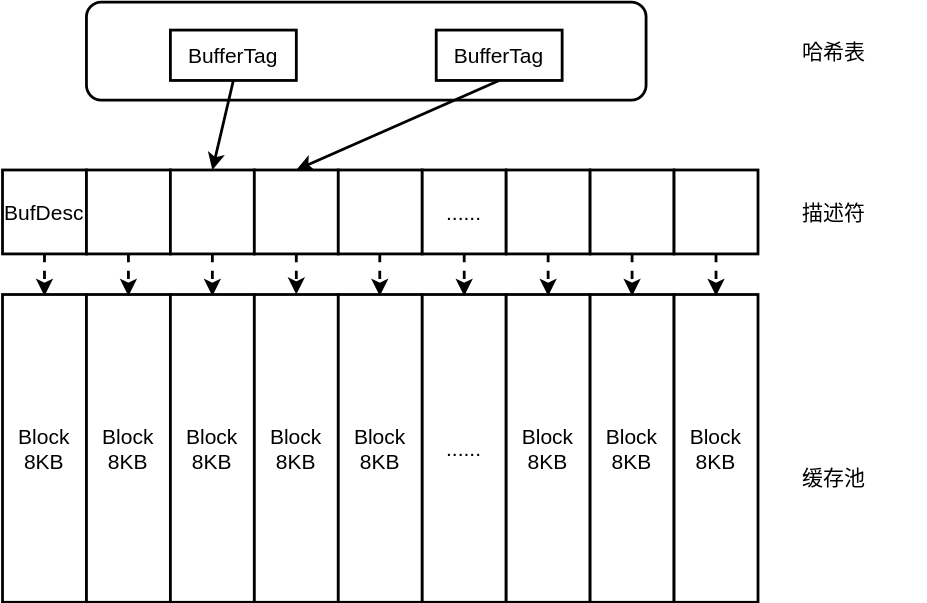
The draw.io diagram articles/buffer/image/buffer_structure.svg in iswade/iswade.github.com, before a commit. Source tidied: cells renumbered, new cells last; positions are measured from the earlier drawing's top-left corner, leaving out a move shared by most shapes. Its diagram source:
```xml
<mxGraphModel>
  <root>
    <mxCell id="0" />
    <mxCell id="1" parent="0" />
    <mxCell id="2" style="rounded=1;whiteSpace=wrap;html=1;fontSize=15;strokeWidth=2;" parent="1" vertex="1">
      <mxGeometry x="60" width="400" height="70" as="geometry" />
    </mxCell>
    <mxCell id="3" value="BufferTag" style="rounded=0;whiteSpace=wrap;html=1;fontSize=15;strokeWidth=2;" parent="1" vertex="1">
      <mxGeometry x="120" y="20" width="90" height="36" as="geometry" />
    </mxCell>
    <mxCell id="4" value="BufferTag" style="rounded=0;whiteSpace=wrap;html=1;fontSize=15;strokeWidth=2;" parent="1" vertex="1">
      <mxGeometry x="310" y="20" width="90" height="36" as="geometry" />
    </mxCell>
    <mxCell id="5" style="endArrow=classic;html=1;fontSize=15;exitX=0.5;exitY=1;exitDx=0;exitDy=0;entryX=0.5;entryY=0;entryDx=0;entryDy=0;strokeWidth=2;" parent="1" edge="1" source="3" target="10">
      <mxGeometry relative="1" as="geometry" />
    </mxCell>
    <mxCell id="6" style="endArrow=classic;html=1;fontSize=15;exitX=0.5;exitY=1;exitDx=0;exitDy=0;entryX=0.5;entryY=0;entryDx=0;entryDy=0;strokeWidth=2;" parent="1" edge="1" source="4" target="11">
      <mxGeometry relative="1" as="geometry" />
    </mxCell>
    <mxCell id="7" style="group;strokeWidth=2;" parent="1" vertex="1">
      <mxGeometry y="120" width="540" height="60" as="geometry" />
    </mxCell>
    <mxCell id="8" value="BufDesc" style="rounded=0;whiteSpace=wrap;html=1;fontSize=15;strokeWidth=2;" parent="7" vertex="1">
      <mxGeometry width="60" height="60" as="geometry" />
    </mxCell>
    <mxCell id="9" style="rounded=0;whiteSpace=wrap;html=1;fontSize=15;strokeWidth=2;" parent="7" vertex="1">
      <mxGeometry x="60" width="60" height="60" as="geometry" />
    </mxCell>
    <mxCell id="10" style="rounded=0;whiteSpace=wrap;html=1;fontSize=15;strokeWidth=2;" parent="7" vertex="1">
      <mxGeometry x="120" width="60" height="60" as="geometry" />
    </mxCell>
    <mxCell id="11" style="rounded=0;whiteSpace=wrap;html=1;fontSize=15;strokeWidth=2;" parent="7" vertex="1">
      <mxGeometry x="180" width="60" height="60" as="geometry" />
    </mxCell>
    <mxCell id="12" style="rounded=0;whiteSpace=wrap;html=1;fontSize=15;strokeWidth=2;" parent="7" vertex="1">
      <mxGeometry x="240" width="60" height="60" as="geometry" />
    </mxCell>
    <mxCell id="13" value="......" style="rounded=0;whiteSpace=wrap;html=1;fontSize=15;strokeWidth=2;" parent="7" vertex="1">
      <mxGeometry x="300" width="60" height="60" as="geometry" />
    </mxCell>
    <mxCell id="14" style="rounded=0;whiteSpace=wrap;html=1;fontSize=15;strokeWidth=2;" parent="7" vertex="1">
      <mxGeometry x="360" width="60" height="60" as="geometry" />
    </mxCell>
    <mxCell id="15" style="rounded=0;whiteSpace=wrap;html=1;fontSize=15;strokeWidth=2;" parent="7" vertex="1">
      <mxGeometry x="420" width="60" height="60" as="geometry" />
    </mxCell>
    <mxCell id="16" style="rounded=0;whiteSpace=wrap;html=1;fontSize=15;strokeWidth=2;" parent="7" vertex="1">
      <mxGeometry x="480" width="60" height="60" as="geometry" />
    </mxCell>
    <mxCell id="17" style="group;strokeWidth=2;" parent="1" vertex="1">
      <mxGeometry y="209" width="540" height="220" as="geometry" />
    </mxCell>
    <mxCell id="18" value="Block&lt;br&gt;8KB" style="rounded=0;whiteSpace=wrap;html=1;fontSize=15;strokeWidth=2;" parent="17" vertex="1">
      <mxGeometry width="60" height="220" as="geometry" />
    </mxCell>
    <mxCell id="19" value="Block&lt;br&gt;8KB" style="rounded=0;whiteSpace=wrap;html=1;fontSize=15;strokeWidth=2;" parent="17" vertex="1">
      <mxGeometry x="60" width="60" height="220" as="geometry" />
    </mxCell>
    <mxCell id="20" value="Block&lt;br&gt;8KB" style="rounded=0;whiteSpace=wrap;html=1;fontSize=15;strokeWidth=2;" parent="17" vertex="1">
      <mxGeometry x="120" width="60" height="220" as="geometry" />
    </mxCell>
    <mxCell id="21" value="Block&lt;br&gt;8KB" style="rounded=0;whiteSpace=wrap;html=1;fontSize=15;strokeWidth=2;" parent="17" vertex="1">
      <mxGeometry x="180" width="60" height="220" as="geometry" />
    </mxCell>
    <mxCell id="22" value="Block&lt;br&gt;8KB" style="rounded=0;whiteSpace=wrap;html=1;fontSize=15;strokeWidth=2;" parent="17" vertex="1">
      <mxGeometry x="240" width="60" height="220" as="geometry" />
    </mxCell>
    <mxCell id="23" value="......" style="rounded=0;whiteSpace=wrap;html=1;fontSize=15;strokeWidth=2;" parent="17" vertex="1">
      <mxGeometry x="300" width="60" height="220" as="geometry" />
    </mxCell>
    <mxCell id="24" value="Block&lt;br&gt;8KB" style="rounded=0;whiteSpace=wrap;html=1;fontSize=15;strokeWidth=2;" parent="17" vertex="1">
      <mxGeometry x="360" width="60" height="220" as="geometry" />
    </mxCell>
    <mxCell id="25" value="Block&lt;br&gt;8KB" style="rounded=0;whiteSpace=wrap;html=1;fontSize=15;strokeWidth=2;" parent="17" vertex="1">
      <mxGeometry x="420" width="60" height="220" as="geometry" />
    </mxCell>
    <mxCell id="26" value="Block&lt;br&gt;8KB" style="rounded=0;whiteSpace=wrap;html=1;fontSize=15;strokeWidth=2;" parent="17" vertex="1">
      <mxGeometry x="480" width="60" height="220" as="geometry" />
    </mxCell>
    <mxCell id="27" value="哈希表" style="text;html=1;strokeColor=none;fillColor=none;align=left;verticalAlign=middle;whiteSpace=wrap;rounded=0;fontSize=15;strokeWidth=2;" parent="1" vertex="1">
      <mxGeometry x="570" y="25" width="90" height="20" as="geometry" />
    </mxCell>
    <mxCell id="28" value="描述符" style="text;html=1;strokeColor=none;fillColor=none;align=left;verticalAlign=middle;whiteSpace=wrap;rounded=0;fontSize=15;strokeWidth=2;" parent="1" vertex="1">
      <mxGeometry x="570" y="140" width="90" height="20" as="geometry" />
    </mxCell>
    <mxCell id="29" value="缓存池" style="text;html=1;strokeColor=none;fillColor=none;align=left;verticalAlign=middle;whiteSpace=wrap;rounded=0;fontSize=15;strokeWidth=2;" parent="1" vertex="1">
      <mxGeometry x="570" y="330" width="90" height="20" as="geometry" />
    </mxCell>
    <mxCell id="30" style="group;strokeWidth=2;" parent="1" vertex="1">
      <mxGeometry x="30" y="180" width="480" height="30" as="geometry" />
    </mxCell>
    <mxCell id="31" style="endArrow=classic;html=1;fontSize=15;exitX=0.5;exitY=1;exitDx=0;exitDy=0;entryX=0.5;entryY=0;entryDx=0;entryDy=0;dashed=1;strokeWidth=2;" parent="30" edge="1" source="11" target="21">
      <mxGeometry relative="1" as="geometry" />
    </mxCell>
    <mxCell id="32" style="endArrow=classic;html=1;fontSize=15;exitX=0.5;exitY=1;exitDx=0;exitDy=0;entryX=0.5;entryY=0;entryDx=0;entryDy=0;dashed=1;strokeWidth=2;" parent="30" edge="1">
      <mxGeometry relative="1" as="geometry">
        <mxPoint as="sourcePoint" />
        <mxPoint y="30" as="targetPoint" />
      </mxGeometry>
    </mxCell>
    <mxCell id="33" style="endArrow=classic;html=1;fontSize=15;exitX=0.5;exitY=1;exitDx=0;exitDy=0;entryX=0.5;entryY=0;entryDx=0;entryDy=0;dashed=1;strokeWidth=2;" parent="30" edge="1">
      <mxGeometry relative="1" as="geometry">
        <mxPoint x="60" as="sourcePoint" />
        <mxPoint x="60" y="30" as="targetPoint" />
      </mxGeometry>
    </mxCell>
    <mxCell id="34" style="endArrow=classic;html=1;fontSize=15;exitX=0.5;exitY=1;exitDx=0;exitDy=0;entryX=0.5;entryY=0;entryDx=0;entryDy=0;dashed=1;strokeWidth=2;" parent="30" edge="1">
      <mxGeometry relative="1" as="geometry">
        <mxPoint x="120" as="sourcePoint" />
        <mxPoint x="120" y="30" as="targetPoint" />
      </mxGeometry>
    </mxCell>
    <mxCell id="35" style="endArrow=classic;html=1;fontSize=15;exitX=0.5;exitY=1;exitDx=0;exitDy=0;entryX=0.5;entryY=0;entryDx=0;entryDy=0;dashed=1;strokeWidth=2;" parent="30" edge="1">
      <mxGeometry relative="1" as="geometry">
        <mxPoint x="239.7" as="sourcePoint" />
        <mxPoint x="239.7" y="30" as="targetPoint" />
      </mxGeometry>
    </mxCell>
    <mxCell id="36" style="endArrow=classic;html=1;fontSize=15;exitX=0.5;exitY=1;exitDx=0;exitDy=0;entryX=0.5;entryY=0;entryDx=0;entryDy=0;dashed=1;strokeWidth=2;" parent="30" edge="1">
      <mxGeometry relative="1" as="geometry">
        <mxPoint x="300" as="sourcePoint" />
        <mxPoint x="300" y="30" as="targetPoint" />
      </mxGeometry>
    </mxCell>
    <mxCell id="37" style="endArrow=classic;html=1;fontSize=15;exitX=0.5;exitY=1;exitDx=0;exitDy=0;entryX=0.5;entryY=0;entryDx=0;entryDy=0;dashed=1;strokeWidth=2;" parent="30" edge="1">
      <mxGeometry relative="1" as="geometry">
        <mxPoint x="360" as="sourcePoint" />
        <mxPoint x="360" y="30" as="targetPoint" />
      </mxGeometry>
    </mxCell>
    <mxCell id="38" style="endArrow=classic;html=1;fontSize=15;exitX=0.5;exitY=1;exitDx=0;exitDy=0;entryX=0.5;entryY=0;entryDx=0;entryDy=0;dashed=1;strokeWidth=2;" parent="30" edge="1">
      <mxGeometry relative="1" as="geometry">
        <mxPoint x="420" as="sourcePoint" />
        <mxPoint x="420" y="30" as="targetPoint" />
      </mxGeometry>
    </mxCell>
    <mxCell id="39" style="endArrow=classic;html=1;fontSize=15;exitX=0.5;exitY=1;exitDx=0;exitDy=0;entryX=0.5;entryY=0;entryDx=0;entryDy=0;dashed=1;strokeWidth=2;" parent="30" edge="1">
      <mxGeometry relative="1" as="geometry">
        <mxPoint x="480" as="sourcePoint" />
        <mxPoint x="480" y="30" as="targetPoint" />
      </mxGeometry>
    </mxCell>
  </root>
</mxGraphModel>
```
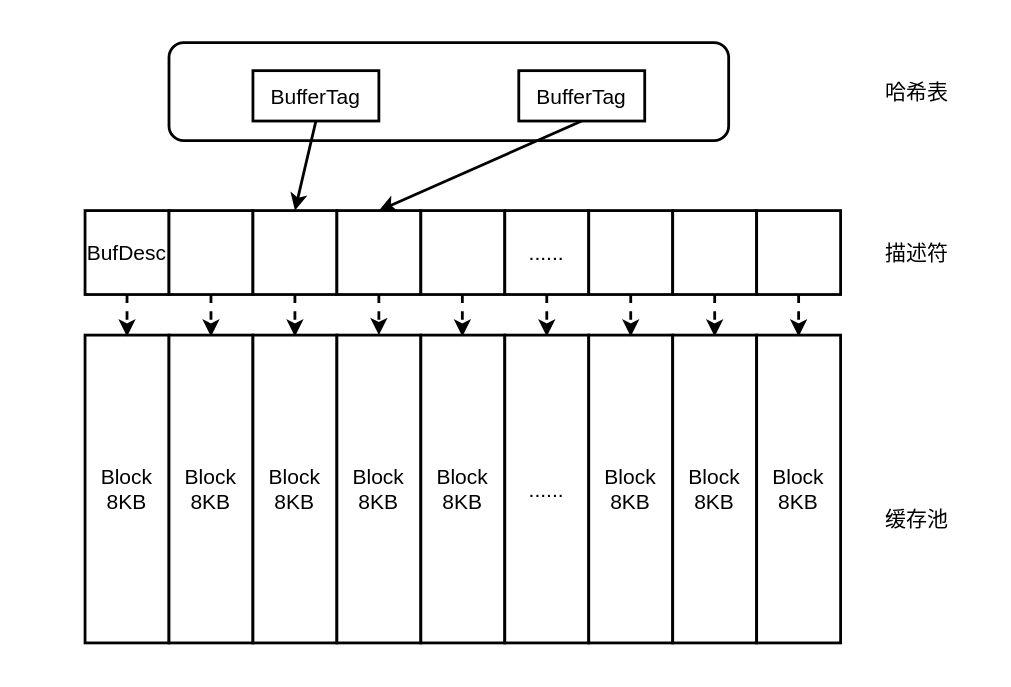
The same file after the commit.

What changed in the source:
```diff
@@ -2,6 +2,9 @@
   <root>
     <mxCell id="0" />
     <mxCell id="1" parent="0" />
+    <mxCell id="40" style="rounded=0;whiteSpace=wrap;html=1;fillColor=#ffffff;fontSize=16;strokeColor=none;" parent="1" vertex="1">
+      <mxGeometry x="-60" y="-30" width="690" height="490" as="geometry" />
+    </mxCell>
     <mxCell id="2" style="rounded=1;whiteSpace=wrap;html=1;fontSize=15;strokeWidth=2;" parent="1" vertex="1">
       <mxGeometry x="60" width="400" height="70" as="geometry" />
     </mxCell>
```
